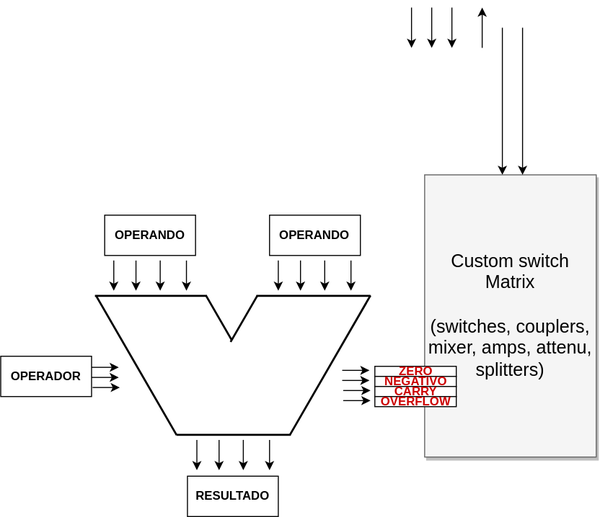
Before: ULA_VHDL/esquematico.svg, a diagram exported from draw.io (vitimon/TrioSD). Source tidied: cells renumbered, new cells last; positions are measured from the earlier drawing's top-left corner, leaving out a move shared by most shapes.
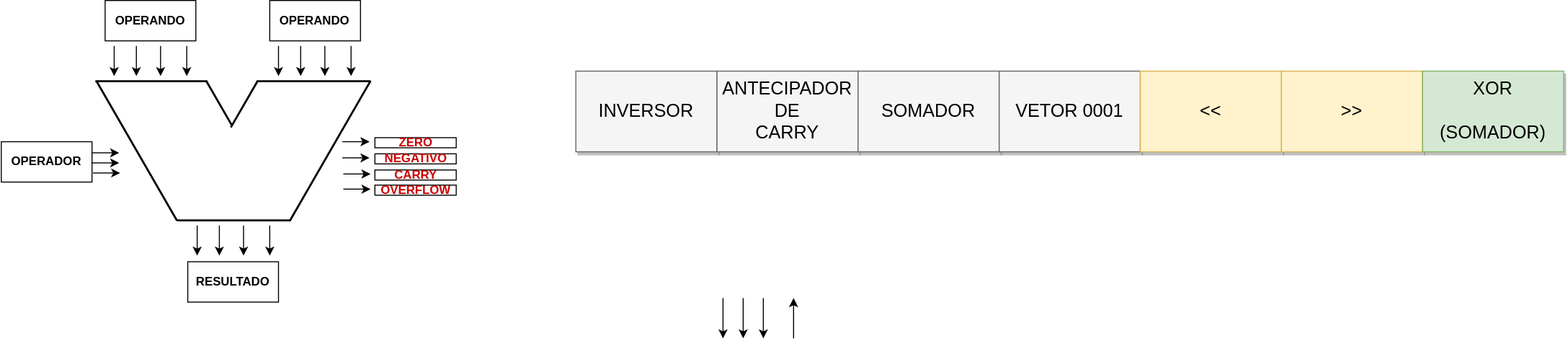
The same diagram one commit later.

Commit message:
submódulos elencados

What changed in the source:
```diff
@@ -2,68 +2,54 @@
   <root>
     <mxCell id="0" style="html=1;" />
     <mxCell id="1" style="html=1;" parent="0" />
-    <mxCell id="2" style="edgeStyle=elbowEdgeStyle;rounded=0;html=1;startArrow=none;startFill=0;jettySize=auto;fontSize=18;" parent="1" edge="1" target="3">
-      <mxGeometry relative="1" as="geometry">
-        <mxPoint x="497" y="40" as="sourcePoint" />
-        <Array as="points">
-          <mxPoint x="497" y="20" />
-        </Array>
-      </mxGeometry>
-    </mxCell>
-    <mxCell id="3" value="Custom switch Matrix&lt;div&gt;&lt;br&gt;&lt;/div&gt;&lt;div&gt;(switches, couplers, mixer, amps, attenu, splitters)&lt;/div&gt;" style="whiteSpace=wrap;html=1;shadow=1;fontSize=18;fillColor=#f5f5f5;strokeColor=#666666;" parent="1" vertex="1">
-      <mxGeometry x="420" y="166" width="170" height="280" as="geometry" />
+    <mxCell id="3" value="INVERSOR" style="whiteSpace=wrap;html=1;shadow=1;fontSize=18;fillColor=#f5f5f5;strokeColor=#666666;" parent="1" vertex="1">
+      <mxGeometry x="420" y="166" width="140" height="80" as="geometry" />
     </mxCell>
-    <mxCell id="4" style="edgeStyle=elbowEdgeStyle;rounded=0;html=1;startArrow=none;startFill=0;jettySize=auto;fontSize=18;" parent="1" edge="1" target="3">
-      <mxGeometry relative="1" as="geometry">
-        <mxPoint x="517" y="40" as="sourcePoint" />
-        <Array as="points">
-          <mxPoint x="517" y="20" />
-          <mxPoint x="497" y="20" />
-        </Array>
-      </mxGeometry>
-    </mxCell>
     <mxCell id="5" style="edgeStyle=elbowEdgeStyle;rounded=0;html=1;startArrow=none;startFill=0;jettySize=auto;orthogonalLoop=1;fontSize=18;" parent="1" edge="1">
       <mxGeometry relative="1" as="geometry">
-        <mxPoint x="477" y="40" as="sourcePoint" />
-        <mxPoint x="477" as="targetPoint" />
+        <mxPoint x="636" y="431" as="sourcePoint" />
+        <mxPoint x="636" y="391" as="targetPoint" />
         <Array as="points">
-          <mxPoint x="477" y="20" />
-          <mxPoint x="477" y="20" />
+          <mxPoint x="636" y="411" />
+          <mxPoint x="636" y="411" />
         </Array>
       </mxGeometry>
     </mxCell>
     <mxCell id="6" style="edgeStyle=elbowEdgeStyle;rounded=0;html=1;startArrow=none;startFill=0;jettySize=auto;orthogonalLoop=1;fontSize=18;" parent="1" edge="1">
       <mxGeometry relative="1" as="geometry">
-        <mxPoint x="447" as="sourcePoint" />
-        <mxPoint x="447" y="40" as="targetPoint" />
+        <mxPoint x="606" y="391" as="sourcePoint" />
+        <mxPoint x="606" y="431" as="targetPoint" />
         <Array as="points">
-          <mxPoint x="447" y="20" />
-          <mxPoint x="477" y="30" />
+          <mxPoint x="606" y="411" />
+          <mxPoint x="636" y="421" />
         </Array>
       </mxGeometry>
     </mxCell>
     <mxCell id="7" style="edgeStyle=elbowEdgeStyle;rounded=0;html=1;startArrow=none;startFill=0;jettySize=auto;orthogonalLoop=1;fontSize=18;" parent="1" edge="1">
       <mxGeometry relative="1" as="geometry">
-        <mxPoint x="427" as="sourcePoint" />
-        <mxPoint x="427" y="40" as="targetPoint" />
+        <mxPoint x="586" y="391" as="sourcePoint" />
+        <mxPoint x="586" y="431" as="targetPoint" />
         <Array as="points">
-          <mxPoint x="427" y="20" />
-          <mxPoint x="457" y="30" />
+          <mxPoint x="586" y="411" />
+          <mxPoint x="616" y="421" />
         </Array>
       </mxGeometry>
     </mxCell>
     <mxCell id="8" style="edgeStyle=elbowEdgeStyle;rounded=0;html=1;startArrow=none;startFill=0;jettySize=auto;orthogonalLoop=1;fontSize=18;" parent="1" edge="1">
       <mxGeometry relative="1" as="geometry">
-        <mxPoint x="407" as="sourcePoint" />
-        <mxPoint x="407" y="40" as="targetPoint" />
+        <mxPoint x="566" y="391" as="sourcePoint" />
+        <mxPoint x="566" y="431" as="targetPoint" />
         <Array as="points">
-          <mxPoint x="407" y="20" />
-          <mxPoint x="437" y="30" />
+          <mxPoint x="566" y="411" />
+          <mxPoint x="596" y="421" />
         </Array>
       </mxGeometry>
     </mxCell>
+    <mxCell id="49" style="group;" parent="1" vertex="1">
+      <mxGeometry x="-150" y="96" width="451.3" height="299" as="geometry" />
+    </mxCell>
-    <mxCell id="9" style="group;" parent="1" vertex="1">
-      <mxGeometry x="90" y="281" width="280.7" height="148" as="geometry" />
+    <mxCell id="9" style="group;" parent="49" vertex="1">
+      <mxGeometry x="90" y="75" width="280.7" height="148" as="geometry" />
     </mxCell>
     <mxCell id="10" style="line;strokeWidth=2;direction=south;html=1;rotation=-30;" parent="9" vertex="1">
       <mxGeometry x="39.3" y="-6" width="10" height="160" as="geometry" />
@@ -112,24 +98,24 @@
     </mxCell>
     <mxCell id="22" style="endArrow=classic;html=1;rounded=0;" parent="21" edge="1">
       <mxGeometry relative="1" as="geometry">
-        <mxPoint as="sourcePoint" />
-        <mxPoint x="27" as="targetPoint" />
+        <mxPoint y="-14" as="sourcePoint" />
+        <mxPoint x="27" y="-14" as="targetPoint" />
       </mxGeometry>
     </mxCell>
     <mxCell id="23" style="endArrow=classic;html=1;rounded=0;" parent="21" edge="1">
       <mxGeometry relative="1" as="geometry">
-        <mxPoint y="10" as="sourcePoint" />
-        <mxPoint x="27" y="10" as="targetPoint" />
+        <mxPoint y="2" as="sourcePoint" />
+        <mxPoint x="27" y="2" as="targetPoint" />
       </mxGeometry>
     </mxCell>
     <mxCell id="24" style="endArrow=classic;html=1;rounded=0;" parent="21" edge="1">
       <mxGeometry relative="1" as="geometry">
-        <mxPoint x="1" y="20" as="sourcePoint" />
-        <mxPoint x="28" y="20" as="targetPoint" />
+        <mxPoint x="1" y="18" as="sourcePoint" />
+        <mxPoint x="28" y="18" as="targetPoint" />
       </mxGeometry>
     </mxCell>
-    <mxCell id="25" style="group;" parent="1" vertex="1">
-      <mxGeometry x="112" y="251" width="72" height="30" as="geometry" />
+    <mxCell id="25" style="group;" parent="49" vertex="1">
+      <mxGeometry x="112" y="45" width="72" height="30" as="geometry" />
     </mxCell>
     <mxCell id="26" style="endArrow=classic;html=1;rounded=0;" parent="25" edge="1">
       <mxGeometry relative="1" as="geometry">
@@ -155,8 +141,8 @@
         <mxPoint x="72" y="30" as="targetPoint" />
       </mxGeometry>
     </mxCell>
-    <mxCell id="30" style="group;" parent="1" vertex="1">
-      <mxGeometry x="275" y="251" width="72" height="30" as="geometry" />
+    <mxCell id="30" style="group;" parent="49" vertex="1">
+      <mxGeometry x="275" y="45" width="72" height="30" as="geometry" />
     </mxCell>
     <mxCell id="31" style="endArrow=classic;html=1;rounded=0;" parent="30" edge="1">
       <mxGeometry relative="1" as="geometry">
@@ -182,8 +168,8 @@
         <mxPoint x="72" y="30" as="targetPoint" />
       </mxGeometry>
     </mxCell>
-    <mxCell id="35" style="group;" parent="1" vertex="1">
-      <mxGeometry x="194.3" y="429" width="72" height="30" as="geometry" />
+    <mxCell id="35" style="group;" parent="49" vertex="1">
+      <mxGeometry x="194.3" y="223" width="72" height="30" as="geometry" />
     </mxCell>
     <mxCell id="36" style="endArrow=classic;html=1;rounded=0;" parent="35" edge="1">
       <mxGeometry relative="1" as="geometry">
@@ -209,35 +195,53 @@
         <mxPoint x="72" y="30" as="targetPoint" />
       </mxGeometry>
     </mxCell>
-    <mxCell id="40" value="OPERANDO" style="rounded=0;whiteSpace=wrap;html=1;fontFamily=Helvetica;fontStyle=1;" parent="1" vertex="1">
-      <mxGeometry x="103" y="206" width="90" height="40" as="geometry" />
+    <mxCell id="40" value="OPERANDO" style="rounded=0;whiteSpace=wrap;html=1;fontFamily=Helvetica;fontStyle=1;" parent="49" vertex="1">
+      <mxGeometry x="103" width="90" height="40" as="geometry" />
     </mxCell>
-    <mxCell id="41" value="OPERANDO" style="rounded=0;whiteSpace=wrap;html=1;fontFamily=Helvetica;fontStyle=1;" parent="1" vertex="1">
-      <mxGeometry x="266.3" y="206" width="90" height="40" as="geometry" />
+    <mxCell id="41" value="OPERANDO" style="rounded=0;whiteSpace=wrap;html=1;fontFamily=Helvetica;fontStyle=1;" parent="49" vertex="1">
+      <mxGeometry x="266.3" width="90" height="40" as="geometry" />
     </mxCell>
-    <mxCell id="42" value="RESULTADO" style="rounded=0;whiteSpace=wrap;html=1;fontFamily=Helvetica;fontStyle=1;" parent="1" vertex="1">
-      <mxGeometry x="185" y="465" width="90" height="40" as="geometry" />
+    <mxCell id="42" value="RESULTADO" style="rounded=0;whiteSpace=wrap;html=1;fontFamily=Helvetica;fontStyle=1;" parent="49" vertex="1">
+      <mxGeometry x="185" y="259" width="90" height="40" as="geometry" />
     </mxCell>
-    <mxCell id="43" value="OPERADOR" style="rounded=0;whiteSpace=wrap;html=1;fontFamily=Helvetica;fontStyle=1;" parent="1" vertex="1">
-      <mxGeometry y="346" width="90" height="40" as="geometry" />
+    <mxCell id="43" value="OPERADOR" style="rounded=0;whiteSpace=wrap;html=1;fontFamily=Helvetica;fontStyle=1;" parent="49" vertex="1">
+      <mxGeometry y="140" width="90" height="40" as="geometry" />
     </mxCell>
-    <mxCell id="44" style="endArrow=classic;html=1;rounded=0;" parent="1" edge="1">
+    <mxCell id="44" style="endArrow=classic;html=1;rounded=0;" parent="49" edge="1">
       <mxGeometry relative="1" as="geometry">
-        <mxPoint x="339.3" y="390" as="sourcePoint" />
-        <mxPoint x="366.3" y="390" as="targetPoint" />
+        <mxPoint x="339.3" y="187" as="sourcePoint" />
+        <mxPoint x="366.3" y="187" as="targetPoint" />
       </mxGeometry>
     </mxCell>
-    <mxCell id="45" value="ZERO" style="rounded=0;whiteSpace=wrap;html=1;fontFamily=Helvetica;fontStyle=1;fontColor=#CC0000;" parent="1" vertex="1">
-      <mxGeometry x="370.7" y="356" width="80.7" height="10" as="geometry" />
+    <mxCell id="45" value="ZERO" style="rounded=0;whiteSpace=wrap;html=1;fontFamily=Helvetica;fontStyle=1;fontColor=#CC0000;" parent="49" vertex="1">
+      <mxGeometry x="370.7" y="136" width="80.7" height="10" as="geometry" />
     </mxCell>
-    <mxCell id="46" value="NEGATIVO" style="rounded=0;whiteSpace=wrap;html=1;fontFamily=Helvetica;fontStyle=1;fontColor=#CC0000;" parent="1" vertex="1">
-      <mxGeometry x="370.7" y="366" width="80.7" height="10" as="geometry" />
+    <mxCell id="46" value="NEGATIVO" style="rounded=0;whiteSpace=wrap;html=1;fontFamily=Helvetica;fontStyle=1;fontColor=#CC0000;" parent="49" vertex="1">
+      <mxGeometry x="370.7" y="152" width="80.7" height="10" as="geometry" />
     </mxCell>
-    <mxCell id="47" value="CARRY" style="rounded=0;whiteSpace=wrap;html=1;fontFamily=Helvetica;fontStyle=1;fontColor=#CC0000;" parent="1" vertex="1">
-      <mxGeometry x="370.7" y="376" width="80.7" height="10" as="geometry" />
+    <mxCell id="47" value="CARRY" style="rounded=0;whiteSpace=wrap;html=1;fontFamily=Helvetica;fontStyle=1;fontColor=#CC0000;" parent="49" vertex="1">
+      <mxGeometry x="370.7" y="168" width="80.7" height="10" as="geometry" />
     </mxCell>
-    <mxCell id="48" value="OVERFLOW" style="rounded=0;whiteSpace=wrap;html=1;fontFamily=Helvetica;fontStyle=1;fontColor=#CC0000;" parent="1" vertex="1">
-      <mxGeometry x="370.7" y="386" width="80.7" height="10" as="geometry" />
+    <mxCell id="48" value="OVERFLOW" style="rounded=0;whiteSpace=wrap;html=1;fontFamily=Helvetica;fontStyle=1;fontColor=#CC0000;" parent="49" vertex="1">
+      <mxGeometry x="370.7" y="183" width="80.7" height="10" as="geometry" />
     </mxCell>
+    <mxCell id="50" value="ANTECIPADOR&lt;br&gt;DE&lt;br&gt;CARRY" style="whiteSpace=wrap;html=1;shadow=1;fontSize=18;fillColor=#f5f5f5;strokeColor=#666666;" parent="1" vertex="1">
+      <mxGeometry x="560" y="166" width="140" height="80" as="geometry" />
+    </mxCell>
+    <mxCell id="51" value="SOMADOR" style="whiteSpace=wrap;html=1;shadow=1;fontSize=18;fillColor=#f5f5f5;strokeColor=#666666;" parent="1" vertex="1">
+      <mxGeometry x="700" y="166" width="140" height="80" as="geometry" />
+    </mxCell>
+    <mxCell id="52" value="VETOR 0001" style="whiteSpace=wrap;html=1;shadow=1;fontSize=18;fillColor=#f5f5f5;strokeColor=#666666;" parent="1" vertex="1">
+      <mxGeometry x="840" y="166" width="140" height="80" as="geometry" />
+    </mxCell>
+    <mxCell id="53" value="&amp;lt;&amp;lt;" style="whiteSpace=wrap;html=1;shadow=1;fontSize=18;fillColor=#fff2cc;strokeColor=#d6b656;" parent="1" vertex="1">
+      <mxGeometry x="980" y="166" width="140" height="80" as="geometry" />
+    </mxCell>
+    <mxCell id="54" value="&amp;gt;&amp;gt;" style="whiteSpace=wrap;html=1;shadow=1;fontSize=18;fillColor=#fff2cc;strokeColor=#d6b656;" parent="1" vertex="1">
+      <mxGeometry x="1120" y="166" width="140" height="80" as="geometry" />
+    </mxCell>
+    <mxCell id="55" value="XOR&lt;br&gt;&lt;br&gt;(SOMADOR)" style="whiteSpace=wrap;html=1;shadow=1;fontSize=18;fillColor=#d5e8d4;strokeColor=#82b366;" parent="1" vertex="1">
+      <mxGeometry x="1260" y="166" width="140" height="80" as="geometry" />
+    </mxCell>
   </root>
 </mxGraphModel>
```
